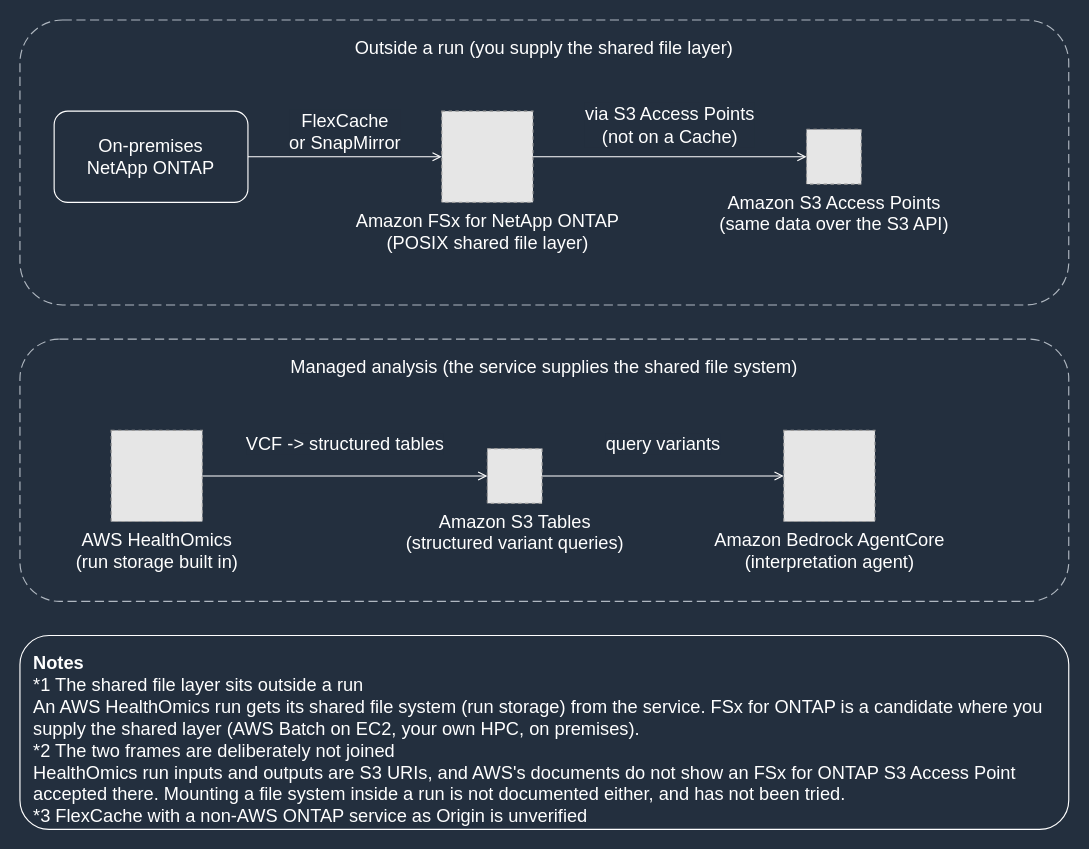
Above: docs/_assets/diagrams/genomics-hpc-data-layers-en-dark.drawio in Yoshiki0705/FSx-for-ONTAP-Adoption-Playbook (draw.io), before the change. Source tidied: cells renumbered, new cells numbered last; positions are measured from the earlier drawing's top-left corner, leaving out a move shared by most shapes. Both pictures are drawn from the tidied source at 114%, with x=0, y=0 at pixel (19, 19). Pictures stored in the file or linked from it are replaced by grey dashed boxes.
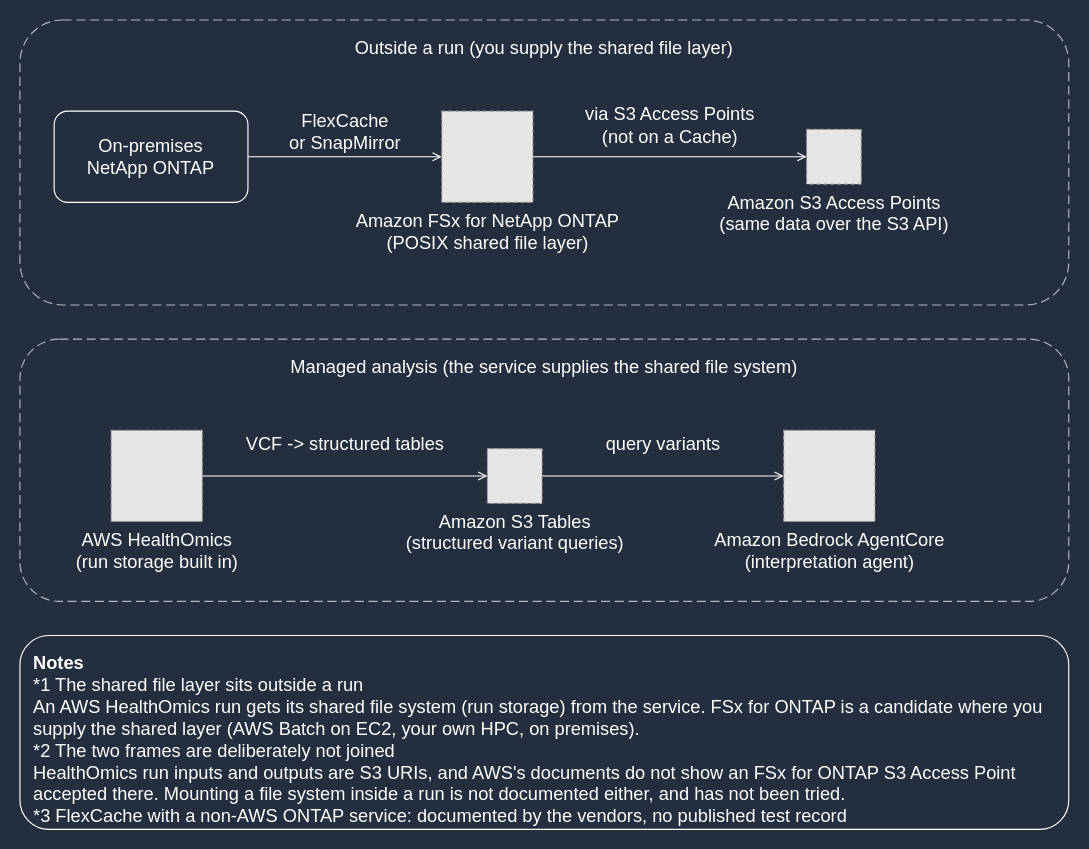
Above is the later version.

What changed in the source:
```diff
@@
 <mxGraphModel background="#232F3E">
   <root>
     <mxCell id="0" />
     <mxCell id="1" parent="0" />
     <mxCell id="2" value="FlexCache&lt;br&gt;or SnapMirror" style="edgeStyle=orthogonalEdgeStyle;rounded=0;html=1;endArrow=open;endFill=0;strokeColor=#FFFFFF;strokeWidth=1;fontSize=16;fontColor=#FFFFFF;labelBackgroundColor=#232F3E;exitX=1.0;exitY=0.5;exitDx=0;exitDy=0;entryX=0.0;entryY=0.5;entryDx=0;entryDy=0;" parent="1" edge="1" source="8" target="10">
       <mxGeometry relative="1" as="geometry">
         <mxPoint y="-22" as="offset" />
       </mxGeometry>
     </mxCell>
     <mxCell id="3" value="via S3 Access Points&lt;br&gt;(not on a Cache)" style="edgeStyle=orthogonalEdgeStyle;rounded=0;html=1;endArrow=open;endFill=0;strokeColor=#FFFFFF;strokeWidth=1;fontSize=16;fontColor=#FFFFFF;labelBackgroundColor=#232F3E;exitX=1.0;exitY=0.5;exitDx=0;exitDy=0;entryX=0.0;entryY=0.5;entryDx=0;entryDy=0;" parent="1" edge="1" source="10" target="11">
       <mxGeometry relative="1" as="geometry">
         <mxPoint y="-28" as="offset" />
       </mxGeometry>
     </mxCell>
     <mxCell id="4" value="VCF -&amp;gt; structured tables" style="edgeStyle=orthogonalEdgeStyle;rounded=0;html=1;endArrow=open;endFill=0;strokeColor=#FFFFFF;strokeWidth=1;fontSize=16;fontColor=#FFFFFF;labelBackgroundColor=#232F3E;exitX=1.0;exitY=0.5;exitDx=0;exitDy=0;entryX=0.0;entryY=0.5;entryDx=0;entryDy=0;" parent="1" edge="1" source="12" target="13">
       <mxGeometry relative="1" as="geometry">
         <mxPoint y="-28" as="offset" />
       </mxGeometry>
     </mxCell>
     <mxCell id="5" value="query variants" style="edgeStyle=orthogonalEdgeStyle;rounded=0;html=1;endArrow=open;endFill=0;strokeColor=#FFFFFF;strokeWidth=1;fontSize=16;fontColor=#FFFFFF;labelBackgroundColor=#232F3E;exitX=1.0;exitY=0.5;exitDx=0;exitDy=0;entryX=0.0;entryY=0.5;entryDx=0;entryDy=0;" parent="1" edge="1" source="13" target="14">
       <mxGeometry relative="1" as="geometry">
         <mxPoint y="-28" as="offset" />
       </mxGeometry>
     </mxCell>
     <mxCell id="6" value="Outside a run (you supply the shared file layer)" style="rounded=1;whiteSpace=wrap;html=1;dashed=1;dashPattern=8 4;strokeColor=#B0B8C1;fillColor=none;fontColor=#FFFFFF;fontSize=16;verticalAlign=top;align=center;spacingTop=8;" parent="1" vertex="1">
       <mxGeometry width="920" height="250" as="geometry" />
     </mxCell>
     <mxCell id="7" value="Managed analysis (the service supplies the shared file system)" style="rounded=1;whiteSpace=wrap;html=1;dashed=1;dashPattern=8 4;strokeColor=#B0B8C1;fillColor=none;fontColor=#FFFFFF;fontSize=16;verticalAlign=top;align=center;spacingTop=8;" parent="1" vertex="1">
       <mxGeometry y="280" width="920" height="230" as="geometry" />
     </mxCell>
     <mxCell id="8" value="On-premises&lt;br&gt;NetApp ONTAP" style="rounded=1;whiteSpace=wrap;html=1;strokeColor=#FFFFFF;fillColor=none;fontColor=#FFFFFF;fontSize=16;verticalAlign=middle;align=center;" parent="1" vertex="1">
       <mxGeometry x="30" y="80" width="170" height="80" as="geometry" />
     </mxCell>
-    <mxCell id="9" value="&lt;b&gt;Notes&lt;/b&gt;&lt;br&gt;*1 The shared file layer sits outside a run&lt;br&gt;An AWS HealthOmics run gets its shared file system (run storage) from the service. FSx for ONTAP is a candidate where you supply the shared layer (AWS Batch on EC2, your own HPC, on premises).&lt;br&gt;*2 The two frames are deliberately not joined&lt;br&gt;HealthOmics run inputs and outputs are S3 URIs, and AWS's documents do not show an FSx for ONTAP S3 Access Point accepted there. Mounting a file system inside a run is not documented either, and has not been tried.&lt;br&gt;*3 FlexCache with a non-AWS ONTAP service as Origin is unverified" style="rounded=1;whiteSpace=wrap;html=1;strokeColor=#FFFFFF;fillColor=none;fontColor=#FFFFFF;fontSize=16;verticalAlign=top;align=left;spacingLeft=10;spacingRight=10;spacingTop=8;" parent="1" vertex="1">
+    <mxCell id="9" value="&lt;b&gt;Notes&lt;/b&gt;&lt;br&gt;*1 The shared file layer sits outside a run&lt;br&gt;An AWS HealthOmics run gets its shared file system (run storage) from the service. FSx for ONTAP is a candidate where you supply the shared layer (AWS Batch on EC2, your own HPC, on premises).&lt;br&gt;*2 The two frames are deliberately not joined&lt;br&gt;HealthOmics run inputs and outputs are S3 URIs, and AWS's documents do not show an FSx for ONTAP S3 Access Point accepted there. Mounting a file system inside a run is not documented either, and has not been tried.&lt;br&gt;*3 FlexCache with a non-AWS ONTAP service: documented by the vendors, no published test record" style="rounded=1;whiteSpace=wrap;html=1;strokeColor=#FFFFFF;fillColor=none;fontColor=#FFFFFF;fontSize=16;verticalAlign=top;align=left;spacingLeft=10;spacingRight=10;spacingTop=8;" parent="1" vertex="1">
       <mxGeometry y="540" width="920" height="170" as="geometry" />
     </mxCell>
     <mxCell id="10" value="Amazon FSx for NetApp ONTAP&lt;br&gt;(POSIX shared file layer)" style="fillColor=#E6E6E6;strokeColor=#999999;dashed=1;html=1;verticalLabelPosition=bottom;verticalAlign=top;labelPosition=center;align=center;fontSize=16;fontColor=#FFFFFF;" parent="1" vertex="1">
       <mxGeometry x="370" y="80" width="80" height="80" as="geometry" />
     </mxCell>
     <mxCell id="11" value="Amazon S3 Access Points&lt;br&gt;(same data over the S3 API)" style="fillColor=#E6E6E6;strokeColor=#999999;dashed=1;html=1;verticalLabelPosition=bottom;verticalAlign=top;labelPosition=center;align=center;fontSize=16;fontColor=#FFFFFF;" parent="1" vertex="1">
       <mxGeometry x="690" y="96" width="48" height="48" as="geometry" />
     </mxCell>
     <mxCell id="12" value="AWS HealthOmics&lt;br&gt;(run storage built in)" style="fillColor=#E6E6E6;strokeColor=#999999;dashed=1;html=1;verticalLabelPosition=bottom;verticalAlign=top;labelPosition=center;align=center;fontSize=16;fontColor=#FFFFFF;" parent="1" vertex="1">
       <mxGeometry x="80" y="360" width="80" height="80" as="geometry" />
     </mxCell>
     <mxCell id="13" value="Amazon S3 Tables&lt;br&gt;(structured variant queries)" style="fillColor=#E6E6E6;strokeColor=#999999;dashed=1;html=1;verticalLabelPosition=bottom;verticalAlign=top;labelPosition=center;align=center;fontSize=16;fontColor=#FFFFFF;" parent="1" vertex="1">
       <mxGeometry x="410" y="376" width="48" height="48" as="geometry" />
     </mxCell>
     <mxCell id="14" value="Amazon Bedrock AgentCore&lt;br&gt;(interpretation agent)" style="fillColor=#E6E6E6;strokeColor=#999999;dashed=1;html=1;verticalLabelPosition=bottom;verticalAlign=top;labelPosition=center;align=center;fontSize=16;fontColor=#FFFFFF;" parent="1" vertex="1">
       <mxGeometry x="670" y="360" width="80" height="80" as="geometry" />
     </mxCell>
   </root>
 </mxGraphModel>
```
